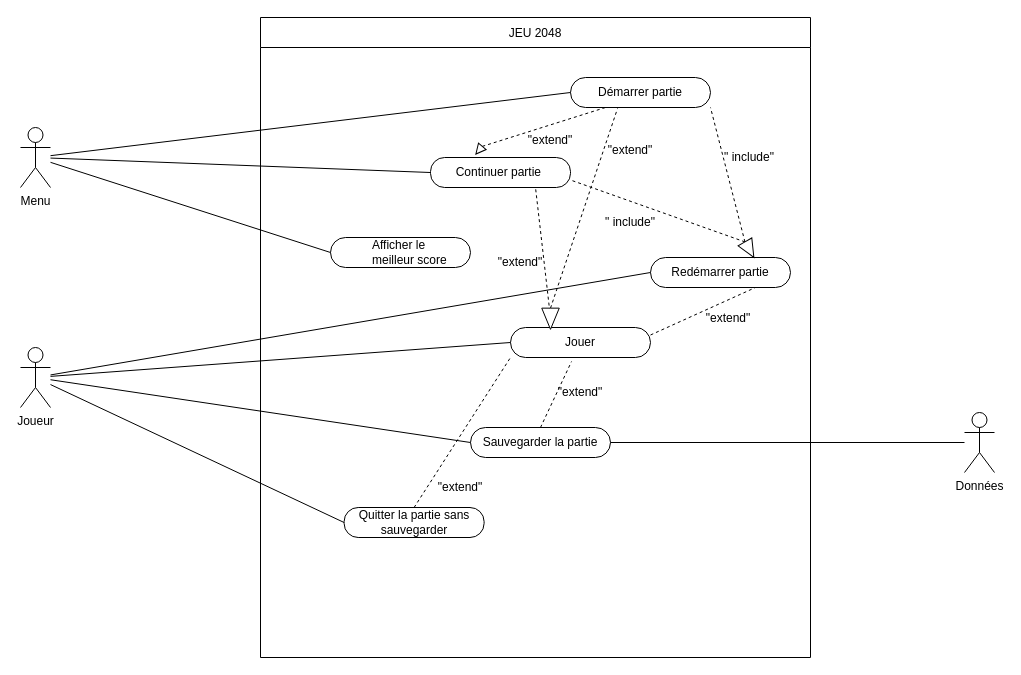
This is Diagramme_cas_utilisation.drawio from farahdaba/2048groupe, a draw.io file, before an edit. Source tidied: cells renumbered, new cells numbered last; positions are measured from the earlier drawing's top-left corner, leaving out a move shared by most shapes. Both pictures are drawn from the tidied source at 100%, with x=0, y=0 at pixel (20, 17).
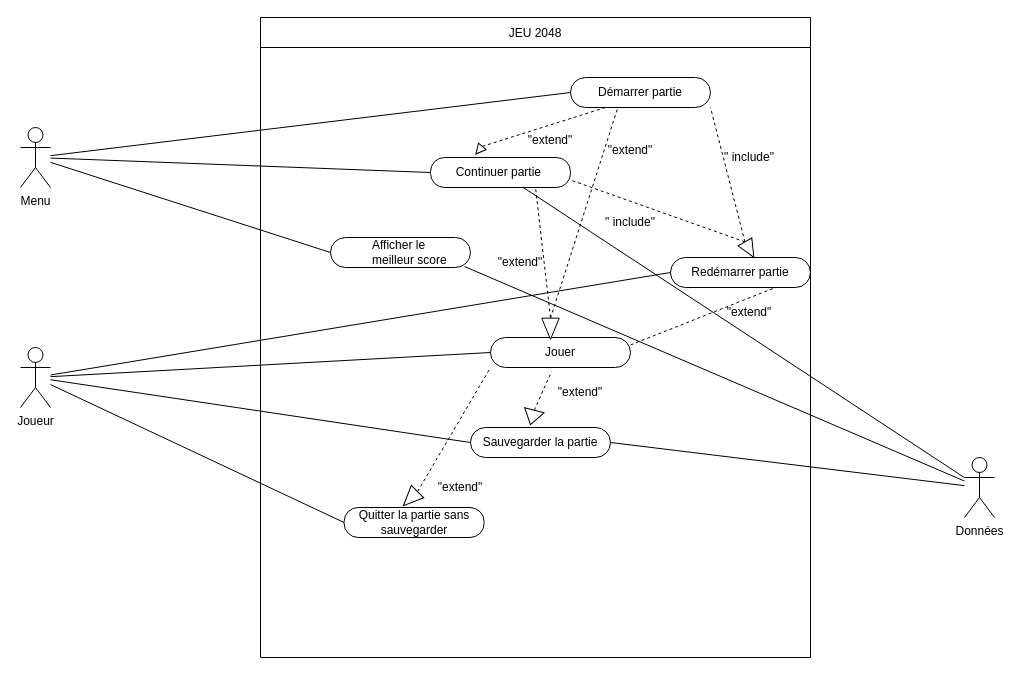
The same diagram, later.

The change refers to these unchanged cells:
```xml
<mxCell id="9" value="Continuer partie&amp;nbsp;" style="text;html=1;strokeColor=default;fillColor=none;align=center;verticalAlign=middle;whiteSpace=wrap;rounded=1;shadow=0;arcSize=47;" parent="1" vertex="1">
  <mxGeometry x="410" y="140" width="140" height="30" as="geometry" />
</mxCell>
<mxCell id="11" value="&lt;blockquote style=&quot;margin: 0 0 0 40px; border: none; padding: 0px;&quot;&gt;Afficher le meilleur score&lt;/blockquote&gt;" style="text;html=1;strokeColor=default;fillColor=none;align=left;verticalAlign=middle;whiteSpace=wrap;rounded=1;shadow=0;glass=0;arcSize=50;" parent="1" vertex="1">
  <mxGeometry x="310" y="220" width="140" height="30" as="geometry" />
</mxCell>
<mxCell id="13" value="Sauvegarder la partie" style="text;html=1;strokeColor=default;fillColor=none;align=center;verticalAlign=middle;whiteSpace=wrap;rounded=1;shadow=0;glass=0;arcSize=50;" parent="1" vertex="1">
  <mxGeometry x="450" y="410" width="140" height="30" as="geometry" />
</mxCell>
<mxCell id="14" value="Quitter la partie sans sauvegarder" style="text;html=1;strokeColor=default;fillColor=none;align=center;verticalAlign=middle;whiteSpace=wrap;rounded=1;shadow=0;glass=0;arcSize=47;" parent="1" vertex="1">
  <mxGeometry x="323.6" y="490" width="140" height="30" as="geometry" />
</mxCell>
```

Change to the diagram source:
```diff
@@
     <mxCell id="12" value="Redémarrer partie" style="text;html=1;strokeColor=default;fillColor=none;align=center;verticalAlign=middle;whiteSpace=wrap;rounded=1;shadow=0;glass=0;arcSize=50;" parent="1" vertex="1">
-      <mxGeometry x="630" y="240" width="140" height="30" as="geometry" />
+      <mxGeometry x="650" y="240" width="140" height="30" as="geometry" />
     </mxCell>
@@
     <mxCell id="18" value="Données" style="shape=umlActor;verticalLabelPosition=bottom;verticalAlign=top;html=1;outlineConnect=0;rounded=1;shadow=0;glass=0;strokeColor=default;" parent="1" vertex="1">
-      <mxGeometry x="944" y="395" width="30" height="60" as="geometry" />
+      <mxGeometry x="944" y="440" width="30" height="60" as="geometry" />
     </mxCell>
@@
     <mxCell id="24" value="Jouer" style="text;html=1;strokeColor=default;fillColor=none;align=center;verticalAlign=middle;whiteSpace=wrap;rounded=1;shadow=0;glass=0;arcSize=50;" parent="1" vertex="1">
-      <mxGeometry x="490" y="310" width="140" height="30" as="geometry" />
+      <mxGeometry x="470" y="320" width="140" height="30" as="geometry" />
     </mxCell>
@@
     <mxCell id="32" style="triangle;whiteSpace=wrap;html=1;rounded=1;shadow=0;glass=0;strokeColor=default;arcSize=0;rotation=90;" parent="1" vertex="1">
-      <mxGeometry x="519.4" y="292.5" width="21.2" height="17.5" as="geometry" />
+      <mxGeometry x="519.4" y="302.5" width="21.2" height="17.5" as="geometry" />
     </mxCell>
@@
-    <mxCell id="34" style="endArrow=none;dashed=1;html=1;rounded=0;entryX=0;entryY=1;entryDx=0;entryDy=0;exitX=0.5;exitY=0;exitDx=0;exitDy=0;" parent="1" edge="1" source="14" target="24">
+    <mxCell id="34" style="endArrow=none;dashed=1;html=1;rounded=0;entryX=0;entryY=1;entryDx=0;entryDy=0;exitX=0;exitY=0.5;exitDx=0;exitDy=0;" parent="1" edge="1" source="45" target="24">
       <mxGeometry relative="1" as="geometry" />
     </mxCell>
-    <mxCell id="35" style="endArrow=none;dashed=1;html=1;rounded=0;exitX=0.5;exitY=0;exitDx=0;exitDy=0;entryX=0.436;entryY=1.133;entryDx=0;entryDy=0;entryPerimeter=0;" parent="1" edge="1" source="13" target="24">
+    <mxCell id="35" style="endArrow=none;dashed=1;html=1;rounded=0;entryX=0.436;entryY=1.133;entryDx=0;entryDy=0;entryPerimeter=0;exitX=0;exitY=0.5;exitDx=0;exitDy=0;" parent="1" edge="1" source="44" target="24">
       <mxGeometry relative="1" as="geometry" />
     </mxCell>
@@
     <mxCell id="37" value="&quot;extend&quot;" style="text;html=1;strokeColor=none;fillColor=none;align=center;verticalAlign=middle;whiteSpace=wrap;rounded=0;shadow=0;glass=0;" parent="1" vertex="1">
-      <mxGeometry x="677.8" y="286.2" width="60" height="30" as="geometry" />
+      <mxGeometry x="698.9" y="280" width="60" height="30" as="geometry" />
     </mxCell>
@@
+    <mxCell id="42" style="endArrow=none;html=1;rounded=0;" parent="1" edge="1" source="18" target="9">
+      <mxGeometry relative="1" as="geometry" />
+    </mxCell>
+    <mxCell id="43" style="endArrow=none;html=1;rounded=0;entryX=0.957;entryY=0.967;entryDx=0;entryDy=0;entryPerimeter=0;" parent="1" edge="1" source="18" target="11">
+      <mxGeometry relative="1" as="geometry" />
+    </mxCell>
+    <mxCell id="44" style="triangle;whiteSpace=wrap;html=1;rotation=105;" parent="1" vertex="1">
+      <mxGeometry x="504.4" y="390" width="15" height="20" as="geometry" />
+    </mxCell>
+    <mxCell id="45" style="triangle;whiteSpace=wrap;html=1;rotation=135;" parent="1" vertex="1">
+      <mxGeometry x="380" y="472.3" width="20" height="17.7" as="geometry" />
+    </mxCell>
```
